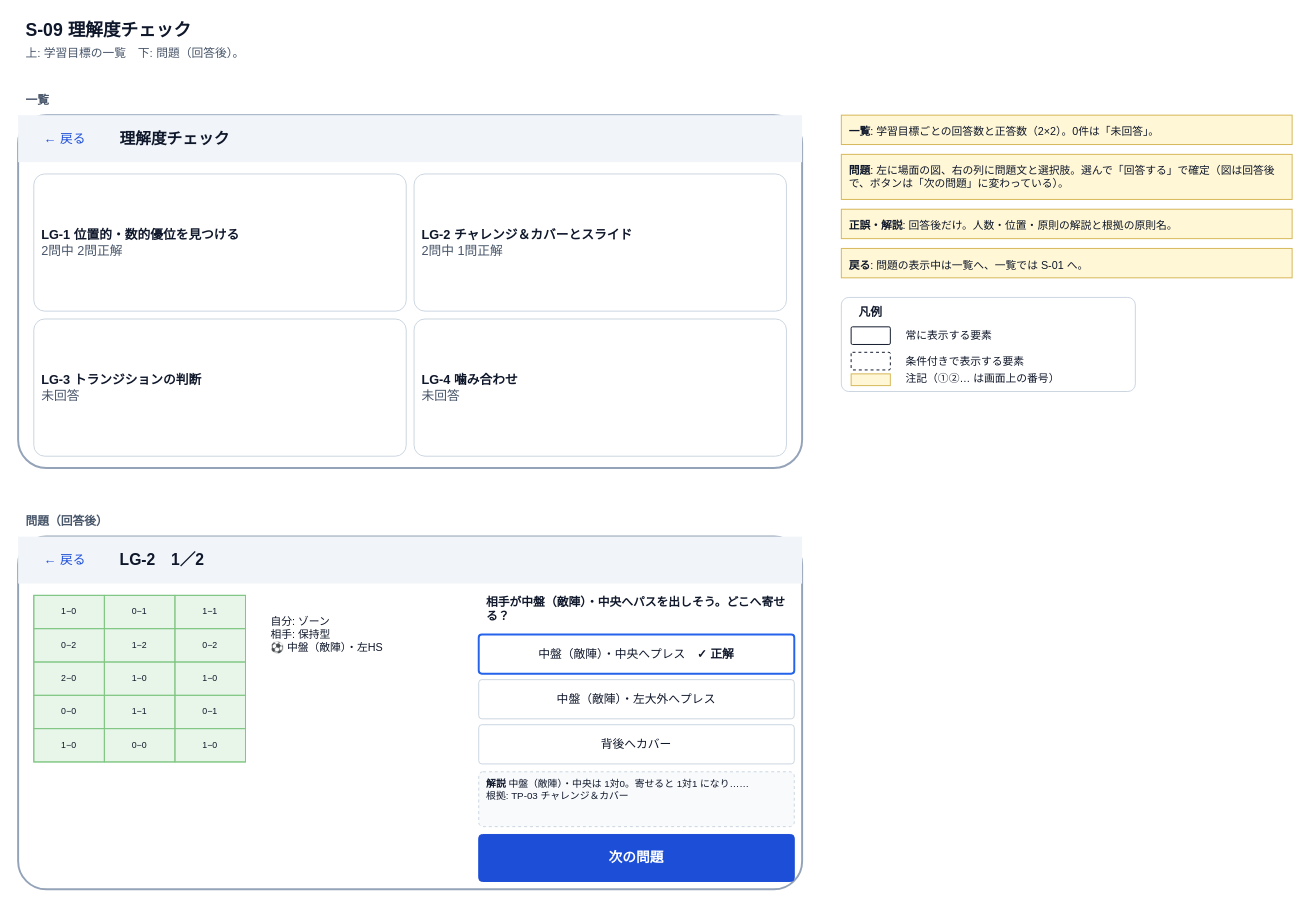
Above: page "wireframe-s09-quiz" (9 of 12) of docs/specs/2_basic-design/wireframes.drawio in n-yata/soccer-sim (draw.io), before the change. Source tidied: cells renumbered, new cells numbered last; positions are measured from the earlier drawing's top-left corner, leaving out a move shared by most shapes. Both pictures are drawn from the tidied source at 98%, with x=0, y=0 at pixel (18, 17).
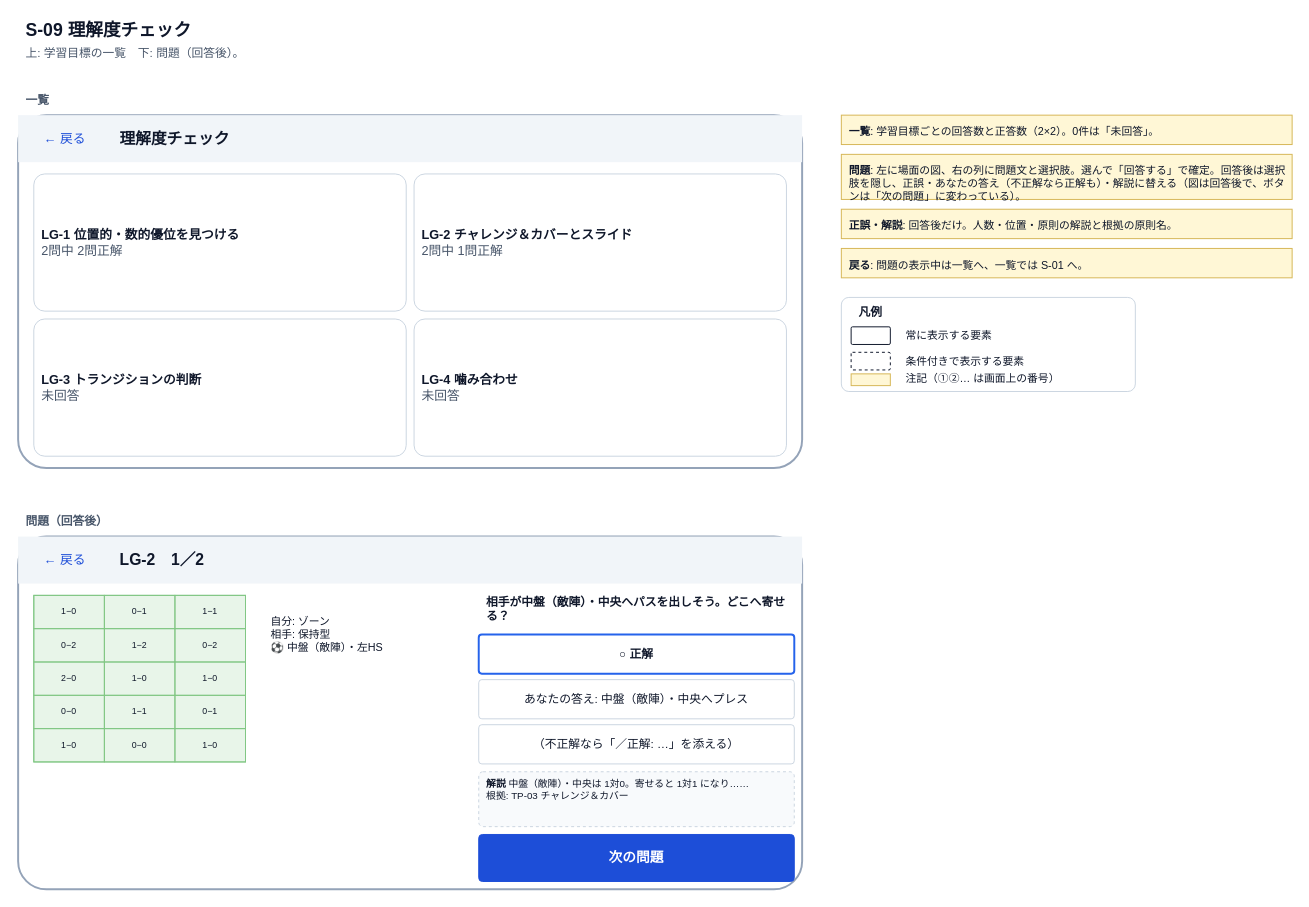
The same diagram, later.

The edit, as a diff of the source:
```diff
@@
-    <mxCell id="36" value="中盤（敵陣）・中央へプレス　&lt;b&gt;✓ 正解&lt;/b&gt;" style="rounded=1;arcSize=8;whiteSpace=wrap;html=1;fillColor=#FFFFFF;strokeColor=#2563EB;fontSize=12;fontColor=#0F172A;align=center;verticalAlign=middle;spacingLeft=6;spacingRight=6;strokeWidth=2;" parent="1" vertex="1">
+    <mxCell id="36" value="&lt;b&gt;○ 正解&lt;/b&gt;" style="rounded=1;arcSize=8;whiteSpace=wrap;html=1;fillColor=#FFFFFF;strokeColor=#2563EB;fontSize=12;fontColor=#0F172A;align=center;verticalAlign=middle;spacingLeft=6;spacingRight=6;strokeWidth=2;" parent="1" vertex="1">
       <mxGeometry x="470" y="630" width="322" height="40" as="geometry" />
     </mxCell>
-    <mxCell id="37" value="中盤（敵陣）・左大外へプレス　&lt;b&gt;&lt;/b&gt;" style="rounded=1;arcSize=8;whiteSpace=wrap;html=1;fillColor=#FFFFFF;strokeColor=#CBD5E1;fontSize=12;fontColor=#0F172A;align=center;verticalAlign=middle;spacingLeft=6;spacingRight=6;" parent="1" vertex="1">
+    <mxCell id="37" value="あなたの答え: 中盤（敵陣）・中央へプレス" style="rounded=1;arcSize=8;whiteSpace=wrap;html=1;fillColor=#FFFFFF;strokeColor=#CBD5E1;fontSize=12;fontColor=#0F172A;align=center;verticalAlign=middle;spacingLeft=6;spacingRight=6;" parent="1" vertex="1">
       <mxGeometry x="470" y="676" width="322" height="40" as="geometry" />
     </mxCell>
-    <mxCell id="38" value="背後へカバー　&lt;b&gt;&lt;/b&gt;" style="rounded=1;arcSize=8;whiteSpace=wrap;html=1;fillColor=#FFFFFF;strokeColor=#CBD5E1;fontSize=12;fontColor=#0F172A;align=center;verticalAlign=middle;spacingLeft=6;spacingRight=6;" parent="1" vertex="1">
+    <mxCell id="38" value="（不正解なら「／正解: …」を添える）" style="rounded=1;arcSize=8;whiteSpace=wrap;html=1;fillColor=#FFFFFF;strokeColor=#CBD5E1;fontSize=12;fontColor=#0F172A;align=center;verticalAlign=middle;spacingLeft=6;spacingRight=6;" parent="1" vertex="1">
       <mxGeometry x="470" y="722" width="322" height="40" as="geometry" />
     </mxCell>
@@
-    <mxCell id="42" value="&lt;b&gt;問題&lt;/b&gt;: 左に場面の図、右の列に問題文と選択肢。選んで「回答する」で確定（図は回答後で、ボタンは「次の問題」に変わっている）。" style="rounded=0;arcSize=8;whiteSpace=wrap;html=1;fillColor=#FFF7D6;strokeColor=#D6B656;fontSize=11;fontColor=#0F172A;align=left;verticalAlign=top;spacingLeft=6;spacingRight=6;spacingTop=4;" parent="1" vertex="1">
+    <mxCell id="42" value="&lt;b&gt;問題&lt;/b&gt;: 左に場面の図、右の列に問題文と選択肢。選んで「回答する」で確定。回答後は選択肢を隠し、正誤・あなたの答え（不正解なら正解も）・解説に替える（図は回答後で、ボタンは「次の問題」に変わっている）。" style="rounded=0;arcSize=8;whiteSpace=wrap;html=1;fillColor=#FFF7D6;strokeColor=#D6B656;fontSize=11;fontColor=#0F172A;align=left;verticalAlign=top;spacingLeft=6;spacingRight=6;spacingTop=4;" parent="1" vertex="1">
       <mxGeometry x="840" y="140" width="460" height="46" as="geometry" />
     </mxCell>
```
